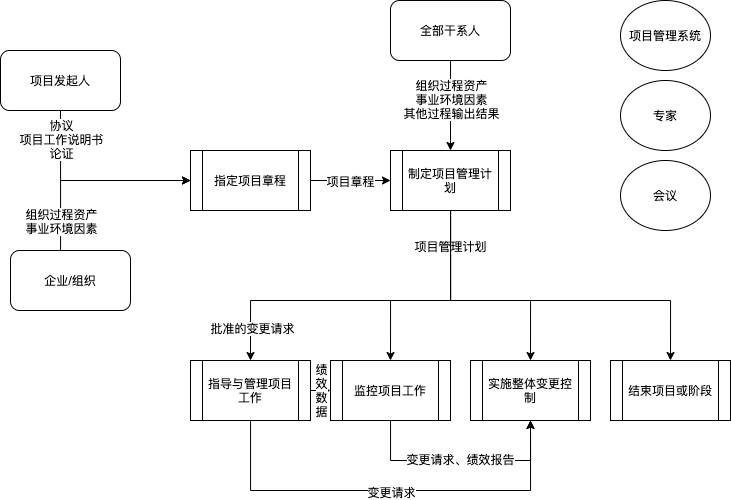
Before: 整体管理过程.png, a diagram exported from draw.io (1065464173/draw-rep). Source tidied: cells renumbered, new cells last; positions are measured from the earlier drawing's top-left corner, leaving out a move shared by most shapes. Source of this version:
```xml
<mxGraphModel>
  <root>
    <mxCell id="0" />
    <mxCell id="1" parent="0" />
    <mxCell id="2" style="edgeStyle=orthogonalEdgeStyle;rounded=0;jettySize=auto;html=1;entryX=0;entryY=0.5;entryDx=0;entryDy=0;exitX=0.5;exitY=1;exitDx=0;exitDy=0;" parent="1" edge="1" source="4" target="7">
      <mxGeometry relative="1" as="geometry">
        <Array as="points">
          <mxPoint x="60" y="180" />
        </Array>
      </mxGeometry>
    </mxCell>
    <mxCell id="3" value="协议&lt;br&gt;项目工作说明书&lt;br&gt;论证" style="edgeLabel;html=1;align=center;verticalAlign=middle;" parent="2" vertex="1">
      <mxGeometry x="-0.53" y="2" relative="1" as="geometry">
        <mxPoint x="-2" y="-19" as="offset" />
      </mxGeometry>
    </mxCell>
    <mxCell id="4" value="项目发起人" style="rounded=1;whiteSpace=wrap;html=1;" parent="1" vertex="1">
      <mxGeometry y="50" width="120" height="60" as="geometry" />
    </mxCell>
    <mxCell id="5" style="edgeStyle=orthogonalEdgeStyle;rounded=0;jettySize=auto;html=1;" parent="1" edge="1" source="7" target="17">
      <mxGeometry relative="1" as="geometry" />
    </mxCell>
    <mxCell id="6" value="项目章程" style="edgeLabel;html=1;align=center;verticalAlign=middle;" parent="5" vertex="1">
      <mxGeometry x="-0.35" y="-2" relative="1" as="geometry">
        <mxPoint x="14" y="-2" as="offset" />
      </mxGeometry>
    </mxCell>
    <mxCell id="7" value="&lt;span&gt;指定项目章程&lt;/span&gt;" style="shape=process;whiteSpace=wrap;html=1;backgroundOutline=1;" parent="1" vertex="1">
      <mxGeometry x="190" y="150" width="120" height="60" as="geometry" />
    </mxCell>
    <mxCell id="8" style="edgeStyle=orthogonalEdgeStyle;rounded=0;jettySize=auto;html=1;entryX=0;entryY=0.5;entryDx=0;entryDy=0;" parent="1" edge="1" source="10" target="7">
      <mxGeometry relative="1" as="geometry">
        <Array as="points">
          <mxPoint x="60" y="180" />
        </Array>
      </mxGeometry>
    </mxCell>
    <mxCell id="9" value="组织过程资产&lt;br&gt;事业环境因素" style="edgeLabel;html=1;align=center;verticalAlign=middle;" parent="8" vertex="1">
      <mxGeometry x="-0.7" relative="1" as="geometry" />
    </mxCell>
    <mxCell id="10" value="企业/组织" style="rounded=1;whiteSpace=wrap;html=1;" parent="1" vertex="1">
      <mxGeometry x="10" y="250" width="120" height="60" as="geometry" />
    </mxCell>
    <mxCell id="11" style="edgeStyle=orthogonalEdgeStyle;rounded=0;jettySize=auto;html=1;entryX=0.5;entryY=0;entryDx=0;entryDy=0;" parent="1" edge="1" source="17" target="21">
      <mxGeometry relative="1" as="geometry">
        <Array as="points">
          <mxPoint x="450" y="300" />
          <mxPoint x="250" y="300" />
        </Array>
      </mxGeometry>
    </mxCell>
    <mxCell id="12" value="项目管理计划" style="edgeLabel;html=1;align=center;verticalAlign=middle;" parent="11" vertex="1">
      <mxGeometry x="-0.8" y="-1" relative="1" as="geometry" />
    </mxCell>
    <mxCell id="13" value="批准的变更请求" style="edgeLabel;html=1;align=center;verticalAlign=middle;" parent="11" vertex="1">
      <mxGeometry x="0.82" y="1" relative="1" as="geometry" />
    </mxCell>
    <mxCell id="14" style="edgeStyle=orthogonalEdgeStyle;rounded=0;jettySize=auto;html=1;exitX=0.5;exitY=1;exitDx=0;exitDy=0;entryX=0.5;entryY=0;entryDx=0;entryDy=0;" parent="1" edge="1" source="17" target="28">
      <mxGeometry relative="1" as="geometry">
        <Array as="points">
          <mxPoint x="450" y="300" />
          <mxPoint x="390" y="300" />
        </Array>
      </mxGeometry>
    </mxCell>
    <mxCell id="15" style="edgeStyle=orthogonalEdgeStyle;rounded=0;jettySize=auto;html=1;entryX=0.5;entryY=0;entryDx=0;entryDy=0;" parent="1" edge="1" source="17" target="29">
      <mxGeometry relative="1" as="geometry">
        <Array as="points">
          <mxPoint x="450" y="300" />
          <mxPoint x="530" y="300" />
        </Array>
      </mxGeometry>
    </mxCell>
    <mxCell id="16" style="edgeStyle=orthogonalEdgeStyle;rounded=0;jettySize=auto;html=1;entryX=0.5;entryY=0;entryDx=0;entryDy=0;" parent="1" edge="1" source="17" target="30">
      <mxGeometry relative="1" as="geometry">
        <Array as="points">
          <mxPoint x="450" y="300" />
          <mxPoint x="670" y="300" />
        </Array>
      </mxGeometry>
    </mxCell>
    <mxCell id="17" value="制定项目管理计划" style="shape=process;whiteSpace=wrap;html=1;backgroundOutline=1;" parent="1" vertex="1">
      <mxGeometry x="390" y="150" width="120" height="60" as="geometry" />
    </mxCell>
    <mxCell id="18" style="edgeStyle=orthogonalEdgeStyle;rounded=0;jettySize=auto;html=1;entryX=0.5;entryY=1;entryDx=0;entryDy=0;" parent="1" edge="1" source="21" target="29">
      <mxGeometry relative="1" as="geometry">
        <Array as="points">
          <mxPoint x="250" y="490" />
          <mxPoint x="530" y="490" />
        </Array>
      </mxGeometry>
    </mxCell>
    <mxCell id="19" value="变更请求" style="edgeLabel;html=1;align=center;verticalAlign=middle;" parent="18" vertex="1">
      <mxGeometry x="0.34" y="-1" relative="1" as="geometry">
        <mxPoint x="-72" as="offset" />
      </mxGeometry>
    </mxCell>
    <mxCell id="20" value="绩&lt;br&gt;效&lt;br&gt;数&lt;br&gt;据" style="edgeStyle=orthogonalEdgeStyle;rounded=0;jettySize=auto;html=1;exitX=1;exitY=0.5;exitDx=0;exitDy=0;entryX=0;entryY=0.5;entryDx=0;entryDy=0;" parent="1" edge="1" source="21" target="28">
      <mxGeometry relative="1" as="geometry" />
    </mxCell>
    <mxCell id="21" value="指导与管理项目工作" style="shape=process;whiteSpace=wrap;html=1;backgroundOutline=1;" parent="1" vertex="1">
      <mxGeometry x="190" y="360" width="120" height="60" as="geometry" />
    </mxCell>
    <mxCell id="22" style="edgeStyle=orthogonalEdgeStyle;rounded=0;jettySize=auto;html=1;entryX=0.5;entryY=0;entryDx=0;entryDy=0;exitX=0.5;exitY=1;exitDx=0;exitDy=0;" parent="1" edge="1" source="24" target="17">
      <mxGeometry relative="1" as="geometry">
        <Array as="points">
          <mxPoint x="450" y="20" />
        </Array>
      </mxGeometry>
    </mxCell>
    <mxCell id="23" value="组织过程资产&lt;br&gt;事业环境因素&lt;br&gt;其他过程输出结果" style="edgeLabel;html=1;align=center;verticalAlign=middle;" parent="22" vertex="1">
      <mxGeometry x="-0.29" y="3" relative="1" as="geometry">
        <mxPoint x="-3" y="57" as="offset" />
      </mxGeometry>
    </mxCell>
    <mxCell id="24" value="全部干系人" style="rounded=1;whiteSpace=wrap;html=1;" parent="1" vertex="1">
      <mxGeometry x="390" width="120" height="60" as="geometry" />
    </mxCell>
    <mxCell id="25" value="项目管理系统" style="ellipse;whiteSpace=wrap;html=1;" parent="1" vertex="1">
      <mxGeometry x="620" width="90" height="70" as="geometry" />
    </mxCell>
    <mxCell id="26" style="edgeStyle=orthogonalEdgeStyle;rounded=0;jettySize=auto;html=1;entryX=0.5;entryY=1;entryDx=0;entryDy=0;" parent="1" edge="1" source="28" target="29">
      <mxGeometry relative="1" as="geometry">
        <Array as="points">
          <mxPoint x="390" y="460" />
          <mxPoint x="530" y="460" />
        </Array>
      </mxGeometry>
    </mxCell>
    <mxCell id="27" value="变更请求、绩效报告" style="edgeLabel;html=1;align=center;verticalAlign=middle;" parent="26" vertex="1">
      <mxGeometry x="0.07" y="2" relative="1" as="geometry">
        <mxPoint x="-8" as="offset" />
      </mxGeometry>
    </mxCell>
    <mxCell id="28" value="监控项目工作" style="shape=process;whiteSpace=wrap;html=1;backgroundOutline=1;" parent="1" vertex="1">
      <mxGeometry x="330" y="360" width="120" height="60" as="geometry" />
    </mxCell>
    <mxCell id="29" value="实施整体变更控制" style="shape=process;whiteSpace=wrap;html=1;backgroundOutline=1;" parent="1" vertex="1">
      <mxGeometry x="470" y="360" width="120" height="60" as="geometry" />
    </mxCell>
    <mxCell id="30" value="结束项目或阶段" style="shape=process;whiteSpace=wrap;html=1;backgroundOutline=1;" parent="1" vertex="1">
      <mxGeometry x="610" y="360" width="120" height="60" as="geometry" />
    </mxCell>
    <mxCell id="31" value="专家" style="ellipse;whiteSpace=wrap;html=1;" parent="1" vertex="1">
      <mxGeometry x="620" y="80" width="90" height="70" as="geometry" />
    </mxCell>
    <mxCell id="32" value="会议" style="ellipse;whiteSpace=wrap;html=1;" parent="1" vertex="1">
      <mxGeometry x="620" y="160" width="90" height="70" as="geometry" />
    </mxCell>
  </root>
</mxGraphModel>
```
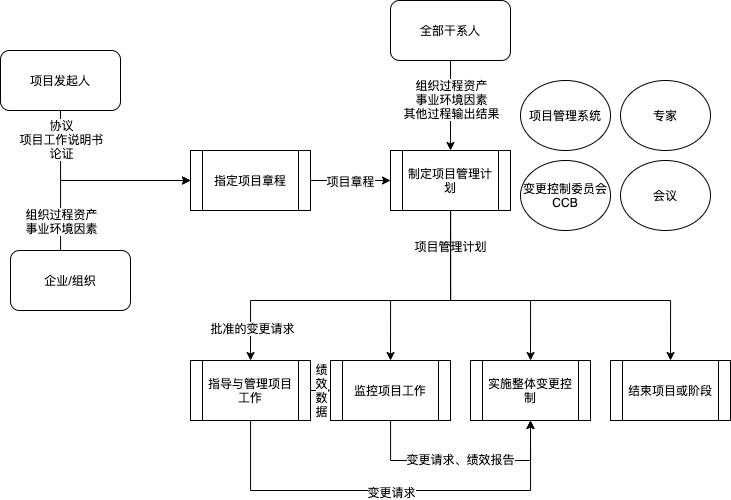
After the change.

Commit message:
Update 整体管理过程.png

Diff of the diagram source:
```diff
@@ -117,7 +117,7 @@
       <mxGeometry x="390" width="120" height="60" as="geometry" />
     </mxCell>
     <mxCell id="25" value="项目管理系统" style="ellipse;whiteSpace=wrap;html=1;" parent="1" vertex="1">
-      <mxGeometry x="620" width="90" height="70" as="geometry" />
+      <mxGeometry x="520" y="80" width="90" height="70" as="geometry" />
     </mxCell>
     <mxCell id="26" style="edgeStyle=orthogonalEdgeStyle;rounded=0;jettySize=auto;html=1;entryX=0.5;entryY=1;entryDx=0;entryDy=0;" parent="1" edge="1" source="28" target="29">
       <mxGeometry relative="1" as="geometry">
@@ -147,5 +147,8 @@
     <mxCell id="32" value="会议" style="ellipse;whiteSpace=wrap;html=1;" parent="1" vertex="1">
       <mxGeometry x="620" y="160" width="90" height="70" as="geometry" />
     </mxCell>
+    <mxCell id="33" value="变更控制委员会CCB" style="ellipse;whiteSpace=wrap;html=1;" parent="1" vertex="1">
+      <mxGeometry x="520" y="160" width="90" height="70" as="geometry" />
+    </mxCell>
   </root>
 </mxGraphModel>
```
